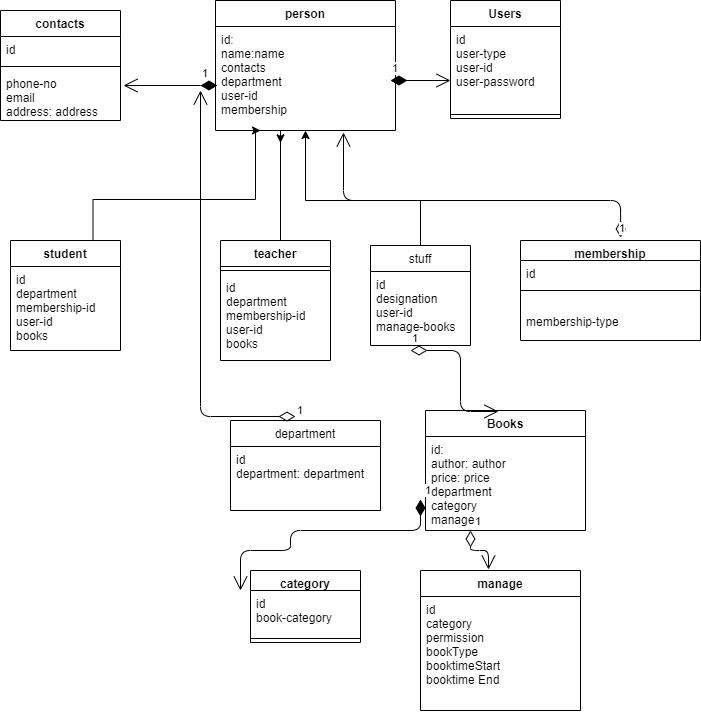
m-a-hossain/library-management-System-UML-diagram keeps this draw.io diagram as library management System.png. Above is the earlier version. Source tidied: cells renumbered, new cells last; positions are measured from the earlier drawing's top-left corner, leaving out a move shared by most shapes.
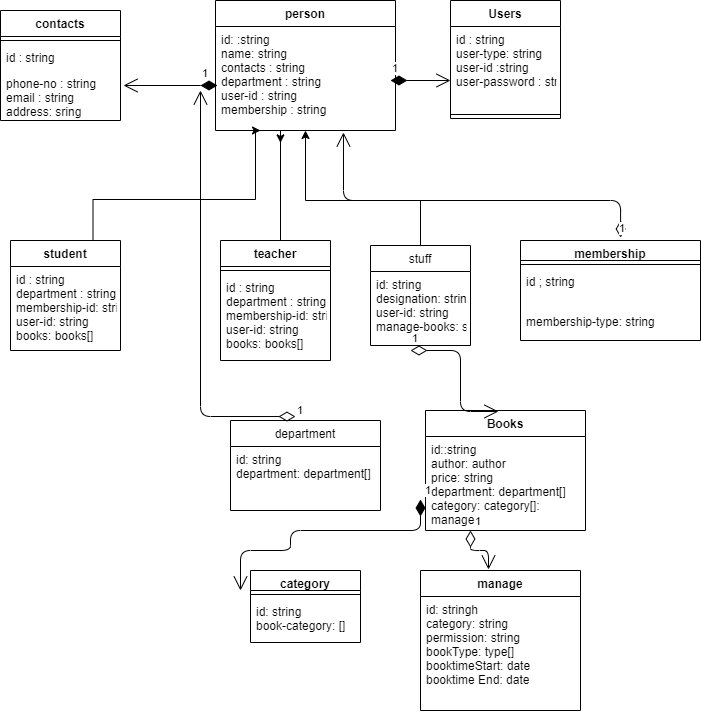
Above is the later version.

What changed in the source:
```diff
@@ -13,7 +13,7 @@
     <mxCell id="3" value="student" style="swimlane;fontStyle=1;align=center;verticalAlign=top;horizontal=1;startSize=26;" parent="1" vertex="1">
       <mxGeometry x="10" y="240" width="110" height="110" as="geometry" />
     </mxCell>
-    <mxCell id="4" value="id&#10;department&#10;membership-id&#10;user-id&#10;books" style="text;strokeColor=none;fillColor=none;align=left;verticalAlign=top;spacingLeft=4;spacingRight=4;overflow=hidden;" parent="3" vertex="1">
+    <mxCell id="4" value="id : string&#10;department : string&#10;membership-id: string&#10;user-id: string&#10;books: books[]" style="text;strokeColor=none;fillColor=none;align=left;verticalAlign=top;spacingLeft=4;spacingRight=4;overflow=hidden;" parent="3" vertex="1">
       <mxGeometry y="26" width="110" height="84" as="geometry" />
     </mxCell>
     <mxCell id="5" value="teacher" style="swimlane;fontStyle=1;align=center;verticalAlign=top;horizontal=1;startSize=26;" parent="1" vertex="1">
@@ -22,37 +22,37 @@
     <mxCell id="6" style="line;strokeWidth=1;fillColor=none;align=left;verticalAlign=middle;spacingTop=-1;spacingLeft=3;spacingRight=3;labelPosition=right;" parent="5" vertex="1">
       <mxGeometry y="26" width="110" height="8" as="geometry" />
     </mxCell>
-    <mxCell id="7" value="id&#10;department&#10;membership-id&#10;user-id&#10;books" style="text;strokeColor=none;fillColor=none;align=left;verticalAlign=top;spacingLeft=4;spacingRight=4;overflow=hidden;" parent="5" vertex="1">
+    <mxCell id="7" value="id : string&#10;department : string&#10;membership-id: string&#10;user-id: string&#10;books: books[]" style="text;strokeColor=none;fillColor=none;align=left;verticalAlign=top;spacingLeft=4;spacingRight=4;overflow=hidden;" parent="5" vertex="1">
       <mxGeometry y="34" width="110" height="86" as="geometry" />
     </mxCell>
     <mxCell id="8" value="stuff" style="swimlane;fontStyle=0;horizontal=1;startSize=26;fillColor=none;" parent="1" vertex="1">
       <mxGeometry x="370" y="245" width="100" height="100" as="geometry" />
     </mxCell>
-    <mxCell id="9" value="id&#10;designation&#10;user-id&#10;manage-books" style="text;strokeColor=none;fillColor=none;align=left;verticalAlign=top;spacingLeft=4;spacingRight=4;overflow=hidden;" parent="8" vertex="1">
+    <mxCell id="9" value="id: string&#10;designation: string&#10;user-id: string&#10;manage-books: string" style="text;strokeColor=none;fillColor=none;align=left;verticalAlign=top;spacingLeft=4;spacingRight=4;overflow=hidden;" parent="8" vertex="1">
       <mxGeometry y="26" width="100" height="74" as="geometry" />
     </mxCell>
     <mxCell id="10" value="contacts" style="swimlane;fontStyle=1;align=center;verticalAlign=top;horizontal=1;startSize=26;" parent="1" vertex="1">
       <mxGeometry y="10" width="120" height="110" as="geometry" />
     </mxCell>
+    <mxCell id="12" style="line;strokeWidth=1;fillColor=none;align=left;verticalAlign=middle;spacingTop=-1;spacingLeft=3;spacingRight=3;labelPosition=right;" parent="10" vertex="1">
+      <mxGeometry y="26" width="120" height="8" as="geometry" />
+    </mxCell>
-    <mxCell id="11" value="id" style="text;strokeColor=none;fillColor=none;align=left;verticalAlign=top;spacingLeft=4;spacingRight=4;overflow=hidden;" parent="10" vertex="1">
-      <mxGeometry y="26" width="120" height="26" as="geometry" />
+    <mxCell id="11" value="id : string" style="text;strokeColor=none;fillColor=none;align=left;verticalAlign=top;spacingLeft=4;spacingRight=4;overflow=hidden;" parent="10" vertex="1">
+      <mxGeometry y="34" width="120" height="26" as="geometry" />
     </mxCell>
-    <mxCell id="12" style="line;strokeWidth=1;fillColor=none;align=left;verticalAlign=middle;spacingTop=-1;spacingLeft=3;spacingRight=3;labelPosition=right;" parent="10" vertex="1">
-      <mxGeometry y="52" width="120" height="8" as="geometry" />
-    </mxCell>
-    <mxCell id="13" value="phone-no&#10;email&#10;address: address " style="text;strokeColor=none;fillColor=none;align=left;verticalAlign=top;spacingLeft=4;spacingRight=4;overflow=hidden;points=[[0,0.5],[1,0.5]];portConstraint=eastwest;" parent="10" vertex="1">
+    <mxCell id="13" value="phone-no : string&#10;email : string&#10;address: sring" style="text;strokeColor=none;fillColor=none;align=left;verticalAlign=top;spacingLeft=4;spacingRight=4;overflow=hidden;points=[[0,0.5],[1,0.5]];portConstraint=eastwest;" parent="10" vertex="1">
       <mxGeometry y="60" width="120" height="50" as="geometry" />
     </mxCell>
     <mxCell id="14" value="department" style="swimlane;fontStyle=0;horizontal=1;startSize=26;fillColor=none;" parent="1" vertex="1">
       <mxGeometry x="230" y="420" width="150" height="90" as="geometry" />
     </mxCell>
-    <mxCell id="15" value="id&#10;department: department&#10;" style="text;strokeColor=none;fillColor=none;align=left;verticalAlign=top;spacingLeft=4;spacingRight=4;overflow=hidden;" parent="14" vertex="1">
+    <mxCell id="15" value="id: string&#10;department: department[]&#10;" style="text;strokeColor=none;fillColor=none;align=left;verticalAlign=top;spacingLeft=4;spacingRight=4;overflow=hidden;" parent="14" vertex="1">
       <mxGeometry y="26" width="150" height="64" as="geometry" />
     </mxCell>
     <mxCell id="16" value="Books" style="swimlane;fontStyle=1;align=center;verticalAlign=top;horizontal=1;startSize=26;" parent="1" vertex="1">
       <mxGeometry x="425" y="410" width="160" height="120" as="geometry" />
     </mxCell>
-    <mxCell id="17" value="id:&#10;author: author&#10;price: price&#10;department&#10;category&#10;manage" style="text;strokeColor=none;fillColor=none;align=left;verticalAlign=top;spacingLeft=4;spacingRight=4;overflow=hidden;" parent="16" vertex="1">
+    <mxCell id="17" value="id::string&#10;author: author&#10;price: string&#10;department: department[]&#10;category: category[]: &#10;manage" style="text;strokeColor=none;fillColor=none;align=left;verticalAlign=top;spacingLeft=4;spacingRight=4;overflow=hidden;" parent="16" vertex="1">
       <mxGeometry y="26" width="160" height="94" as="geometry" />
     </mxCell>
     <mxCell id="18" value="1" style="endArrow=open;html=1;endSize=12;startArrow=diamondThin;startSize=14;startFill=0;edgeStyle=orthogonalEdgeStyle;align=left;verticalAlign=bottom;entryX=0.425;entryY=-0.007;entryDx=0;entryDy=0;entryPerimeter=0;" parent="16" edge="1" target="37">
@@ -63,34 +63,34 @@
     <mxCell id="19" value="person" style="swimlane;fontStyle=1;align=center;verticalAlign=top;horizontal=1;startSize=26;" parent="1" vertex="1">
       <mxGeometry x="215" width="180" height="130" as="geometry" />
     </mxCell>
-    <mxCell id="20" value="id: &#10;name:name&#10;contacts&#10;department&#10;user-id&#10;membership&#10;" style="text;strokeColor=none;fillColor=none;align=left;verticalAlign=top;spacingLeft=4;spacingRight=4;overflow=hidden;points=[[0,0.5],[1,0.5]];portConstraint=eastwest;" parent="19" vertex="1">
+    <mxCell id="20" value="id: :string&#10;name: string&#10;contacts : string&#10;department : string&#10;user-id : string&#10;membership : string&#10;" style="text;strokeColor=none;fillColor=none;align=left;verticalAlign=top;spacingLeft=4;spacingRight=4;overflow=hidden;points=[[0,0.5],[1,0.5]];portConstraint=eastwest;" parent="19" vertex="1">
       <mxGeometry y="26" width="180" height="104" as="geometry" />
     </mxCell>
     <mxCell id="21" value="membership" style="swimlane;fontStyle=1;align=center;verticalAlign=top;horizontal=1;startSize=20;" parent="1" vertex="1">
       <mxGeometry x="520" y="240" width="180" height="100" as="geometry" />
     </mxCell>
+    <mxCell id="23" style="line;strokeWidth=1;fillColor=none;align=left;verticalAlign=middle;spacingTop=-1;spacingLeft=3;spacingRight=3;labelPosition=right;" parent="21" vertex="1">
+      <mxGeometry y="20" width="180" height="8" as="geometry" />
+    </mxCell>
-    <mxCell id="22" value="id" style="text;strokeColor=none;fillColor=none;align=left;verticalAlign=top;spacingLeft=4;spacingRight=4;overflow=hidden;" parent="21" vertex="1">
-      <mxGeometry y="20" width="180" height="26" as="geometry" />
+    <mxCell id="22" value="id ; string" style="text;strokeColor=none;fillColor=none;align=left;verticalAlign=top;spacingLeft=4;spacingRight=4;overflow=hidden;" parent="21" vertex="1">
+      <mxGeometry y="28" width="180" height="26" as="geometry" />
     </mxCell>
-    <mxCell id="23" style="line;strokeWidth=1;fillColor=none;align=left;verticalAlign=middle;spacingTop=-1;spacingLeft=3;spacingRight=3;labelPosition=right;" parent="21" vertex="1">
-      <mxGeometry y="46" width="180" height="8" as="geometry" />
-    </mxCell>
-    <mxCell id="24" value="&#10;membership-type" style="text;strokeColor=none;fillColor=none;align=left;verticalAlign=top;spacingLeft=4;spacingRight=4;overflow=hidden;" parent="21" vertex="1">
+    <mxCell id="24" value="&#10;membership-type: string" style="text;strokeColor=none;fillColor=none;align=left;verticalAlign=top;spacingLeft=4;spacingRight=4;overflow=hidden;" parent="21" vertex="1">
       <mxGeometry y="54" width="180" height="46" as="geometry" />
     </mxCell>
     <mxCell id="25" value="category" style="swimlane;fontStyle=1;align=center;verticalAlign=top;horizontal=1;startSize=20;" parent="1" vertex="1">
       <mxGeometry x="250" y="570" width="110" height="72" as="geometry" />
     </mxCell>
+    <mxCell id="27" style="line;strokeWidth=1;fillColor=none;align=left;verticalAlign=middle;spacingTop=-1;spacingLeft=3;spacingRight=3;labelPosition=right;" parent="25" vertex="1">
+      <mxGeometry y="20" width="110" height="8" as="geometry" />
+    </mxCell>
-    <mxCell id="26" value="id&#10;book-category" style="text;strokeColor=none;fillColor=none;align=left;verticalAlign=top;spacingLeft=4;spacingRight=4;overflow=hidden;" parent="25" vertex="1">
-      <mxGeometry y="20" width="110" height="44" as="geometry" />
+    <mxCell id="26" value="id: string&#10;book-category: []" style="text;strokeColor=none;fillColor=none;align=left;verticalAlign=top;spacingLeft=4;spacingRight=4;overflow=hidden;" parent="25" vertex="1">
+      <mxGeometry y="28" width="110" height="44" as="geometry" />
     </mxCell>
-    <mxCell id="27" style="line;strokeWidth=1;fillColor=none;align=left;verticalAlign=middle;spacingTop=-1;spacingLeft=3;spacingRight=3;labelPosition=right;" parent="25" vertex="1">
-      <mxGeometry y="64" width="110" height="8" as="geometry" />
-    </mxCell>
     <mxCell id="28" value="Users" style="swimlane;fontStyle=1;align=center;verticalAlign=top;horizontal=1;startSize=26;" parent="1" vertex="1">
       <mxGeometry x="450" width="110" height="118" as="geometry" />
     </mxCell>
-    <mxCell id="29" value="id&#10;user-type&#10;user-id&#10;user-password" style="text;strokeColor=none;fillColor=none;align=left;verticalAlign=top;spacingLeft=4;spacingRight=4;overflow=hidden;" parent="28" vertex="1">
+    <mxCell id="29" value="id : string&#10;user-type: string&#10;user-id :string&#10;user-password : strigng" style="text;strokeColor=none;fillColor=none;align=left;verticalAlign=top;spacingLeft=4;spacingRight=4;overflow=hidden;" parent="28" vertex="1">
       <mxGeometry y="26" width="110" height="84" as="geometry" />
     </mxCell>
     <mxCell id="30" value="1" style="endArrow=open;html=1;endSize=12;startArrow=diamondThin;startSize=14;startFill=1;edgeStyle=orthogonalEdgeStyle;align=left;verticalAlign=bottom;" parent="28" edge="1">
@@ -145,7 +145,7 @@
     <mxCell id="37" value="manage" style="swimlane;fontStyle=1;align=center;verticalAlign=top;horizontal=1;startSize=26;" parent="1" vertex="1">
       <mxGeometry x="420" y="570" width="160" height="140" as="geometry" />
     </mxCell>
-    <mxCell id="38" value="id&#10;category&#10;permission&#10;bookType&#10;booktimeStart&#10;booktime End" style="text;strokeColor=none;fillColor=none;align=left;verticalAlign=top;spacingLeft=4;spacingRight=4;overflow=hidden;" parent="37" vertex="1">
+    <mxCell id="38" value="id: stringh&#10;category: string&#10;permission: string&#10;bookType: type[]&#10;booktimeStart: date&#10;booktime End: date" style="text;strokeColor=none;fillColor=none;align=left;verticalAlign=top;spacingLeft=4;spacingRight=4;overflow=hidden;" parent="37" vertex="1">
       <mxGeometry y="26" width="160" height="114" as="geometry" />
     </mxCell>
     <mxCell id="39" value="1" style="endArrow=open;html=1;endSize=12;startArrow=diamondThin;startSize=14;startFill=0;edgeStyle=orthogonalEdgeStyle;align=left;verticalAlign=bottom;entryX=0.456;entryY=0.008;entryDx=0;entryDy=0;entryPerimeter=0;" parent="1" edge="1" target="16">
```
